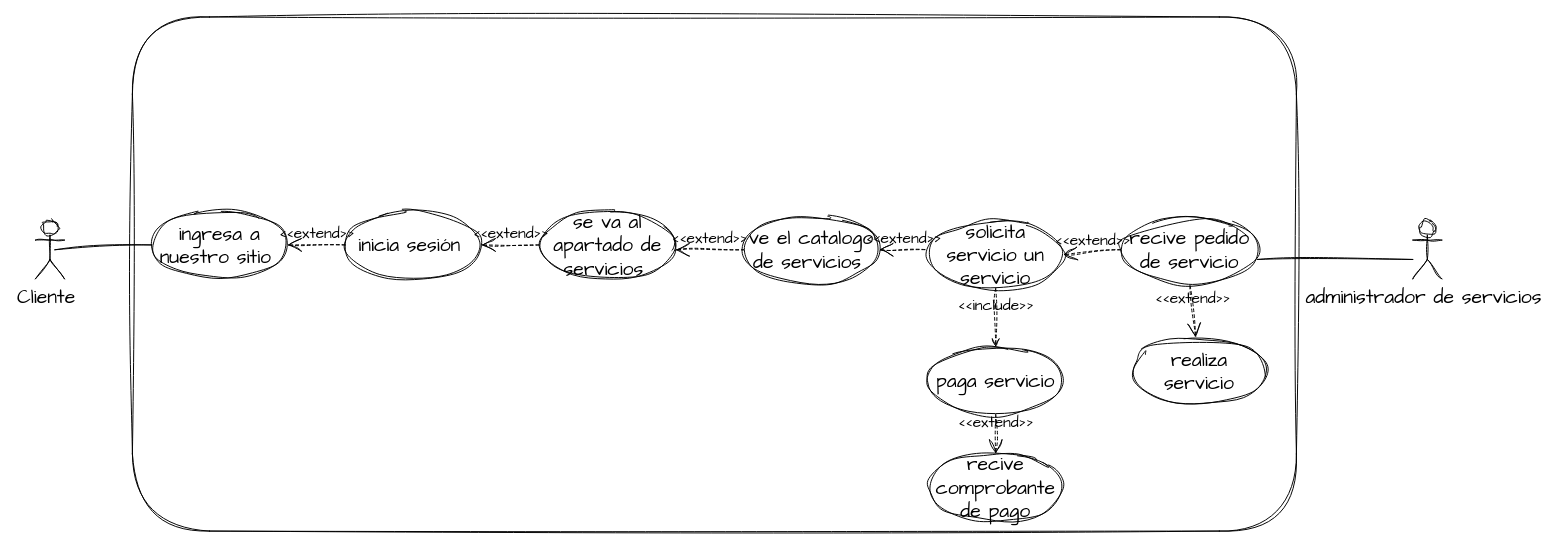
Before: page "solicitar_servicio" (3 of 6) of casos_uso_sitio_web.drawio in Ismael137O/ESDAD_CASOS_USO, a draw.io diagram. Source tidied: cells renumbered, new cells numbered last; positions are measured from the earlier drawing's top-left corner, leaving out a move shared by most shapes. Both pictures are drawn from the tidied source at 97%, with x=0, y=0 at pixel (35, 16).
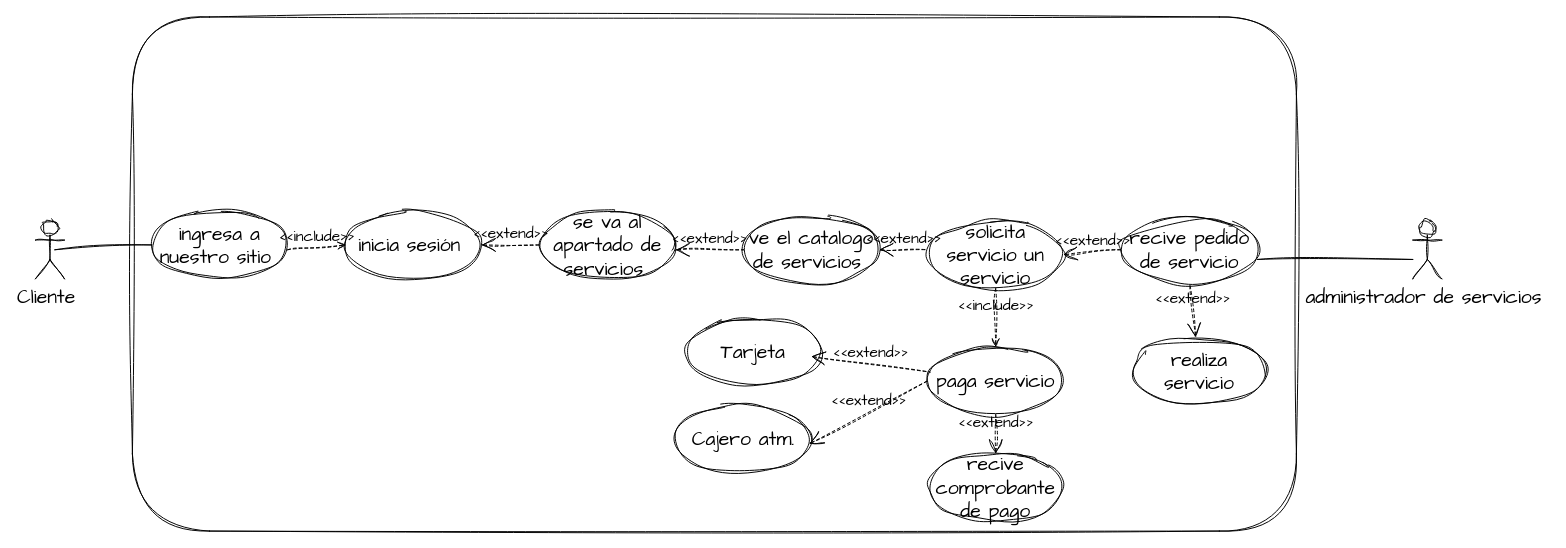
After the change.

The change refers to these unchanged cells:
```xml
<mxCell id="4" value="ingresa a nuestro sitio&amp;nbsp;" style="ellipse;whiteSpace=wrap;html=1;sketch=1;hachureGap=4;jiggle=2;curveFitting=1;fontFamily=Architects Daughter;fontSize=20;" parent="1" vertex="1">
  <mxGeometry x="120" y="200" width="140" height="70" as="geometry" />
</mxCell>
<mxCell id="5" value="inicia sesión&amp;nbsp;" style="ellipse;whiteSpace=wrap;html=1;sketch=1;hachureGap=4;jiggle=2;curveFitting=1;fontFamily=Architects Daughter;fontSize=20;" parent="1" vertex="1">
  <mxGeometry x="320" y="200" width="140" height="70" as="geometry" />
</mxCell>
<mxCell id="10" value="paga servicio" style="ellipse;whiteSpace=wrap;html=1;sketch=1;hachureGap=4;jiggle=2;curveFitting=1;fontFamily=Architects Daughter;fontSize=20;" parent="1" vertex="1">
  <mxGeometry x="920" y="340" width="140" height="70" as="geometry" />
</mxCell>
```

What changed in the source:
```diff
@@
-    <mxCell id="22" value="&amp;lt;&amp;lt;extend&amp;gt;&amp;gt;" style="edgeStyle=none;html=1;startArrow=open;endArrow=none;startSize=12;verticalAlign=bottom;dashed=1;labelBackgroundColor=none;rounded=0;sketch=1;hachureGap=4;jiggle=2;curveFitting=1;fontFamily=Architects Daughter;fontSize=16;exitX=1;exitY=0.5;exitDx=0;exitDy=0;entryX=0;entryY=0.5;entryDx=0;entryDy=0;" parent="1" edge="1" source="4" target="5">
-      <mxGeometry relative="1" as="geometry" />
-    </mxCell>
@@
+    <mxCell id="24" value="Tarjeta" style="ellipse;whiteSpace=wrap;html=1;sketch=1;hachureGap=4;jiggle=2;curveFitting=1;fontFamily=Architects Daughter;fontSize=20;" parent="1" vertex="1">
+      <mxGeometry x="670" y="310" width="140" height="70" as="geometry" />
+    </mxCell>
+    <mxCell id="25" value="Cajero atm." style="ellipse;whiteSpace=wrap;html=1;sketch=1;hachureGap=4;jiggle=2;curveFitting=1;fontFamily=Architects Daughter;fontSize=20;" parent="1" vertex="1">
+      <mxGeometry x="660" y="400" width="140" height="70" as="geometry" />
+    </mxCell>
+    <mxCell id="26" value="&amp;lt;&amp;lt;extend&amp;gt;&amp;gt;" style="edgeStyle=none;html=1;startArrow=open;endArrow=none;startSize=12;verticalAlign=bottom;dashed=1;labelBackgroundColor=none;rounded=0;sketch=1;hachureGap=4;jiggle=2;curveFitting=1;fontFamily=Architects Daughter;fontSize=16;" parent="1" edge="1" target="10">
+      <mxGeometry relative="1" as="geometry">
+        <mxPoint x="800" y="350" as="sourcePoint" />
+      </mxGeometry>
+    </mxCell>
+    <mxCell id="27" value="&amp;lt;&amp;lt;extend&amp;gt;&amp;gt;" style="edgeStyle=none;html=1;startArrow=open;endArrow=none;startSize=12;verticalAlign=bottom;dashed=1;labelBackgroundColor=none;rounded=0;sketch=1;hachureGap=4;jiggle=2;curveFitting=1;fontFamily=Architects Daughter;fontSize=16;entryX=0;entryY=0.5;entryDx=0;entryDy=0;" parent="1" edge="1" target="10">
+      <mxGeometry relative="1" as="geometry">
+        <mxPoint x="798" y="440" as="sourcePoint" />
+      </mxGeometry>
+    </mxCell>
+    <mxCell id="28" value="&amp;lt;&amp;lt;include&amp;gt;&amp;gt;" style="edgeStyle=none;html=1;endArrow=open;verticalAlign=bottom;dashed=1;labelBackgroundColor=none;rounded=0;sketch=1;hachureGap=4;jiggle=2;curveFitting=1;fontFamily=Architects Daughter;fontSize=16;entryX=0;entryY=0.5;entryDx=0;entryDy=0;" parent="1" edge="1" target="5">
+      <mxGeometry relative="1" as="geometry">
+        <mxPoint x="260" y="240" as="sourcePoint" />
+      </mxGeometry>
+    </mxCell>
```
